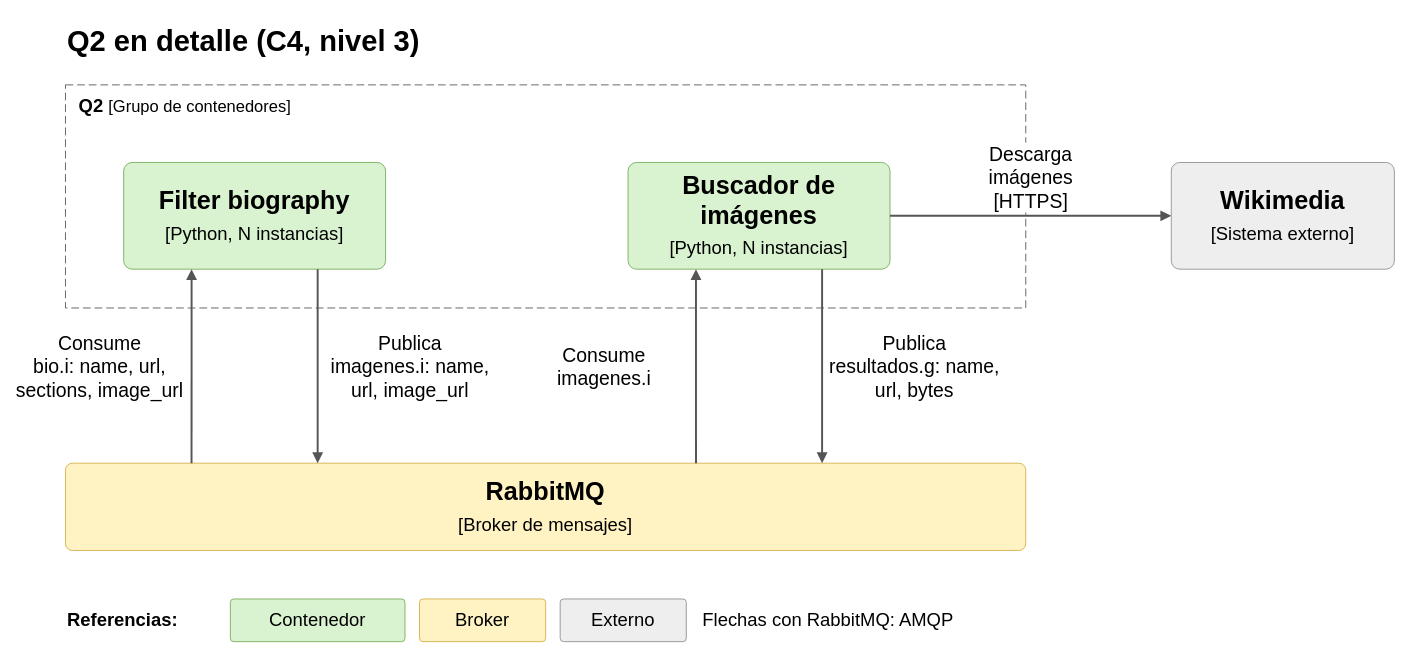
Earlier version of the draw.io diagram page "C4 - Q2" (3 of 5) of docs/c4.drawio (Cristobal710/tp-final-distribuidos). Source tidied: cells renumbered, new cells numbered last; positions are measured from the earlier drawing's top-left corner, leaving out a move shared by most shapes. Both pictures are drawn from the tidied source at 97%, with x=0, y=0 at pixel (65, 16).
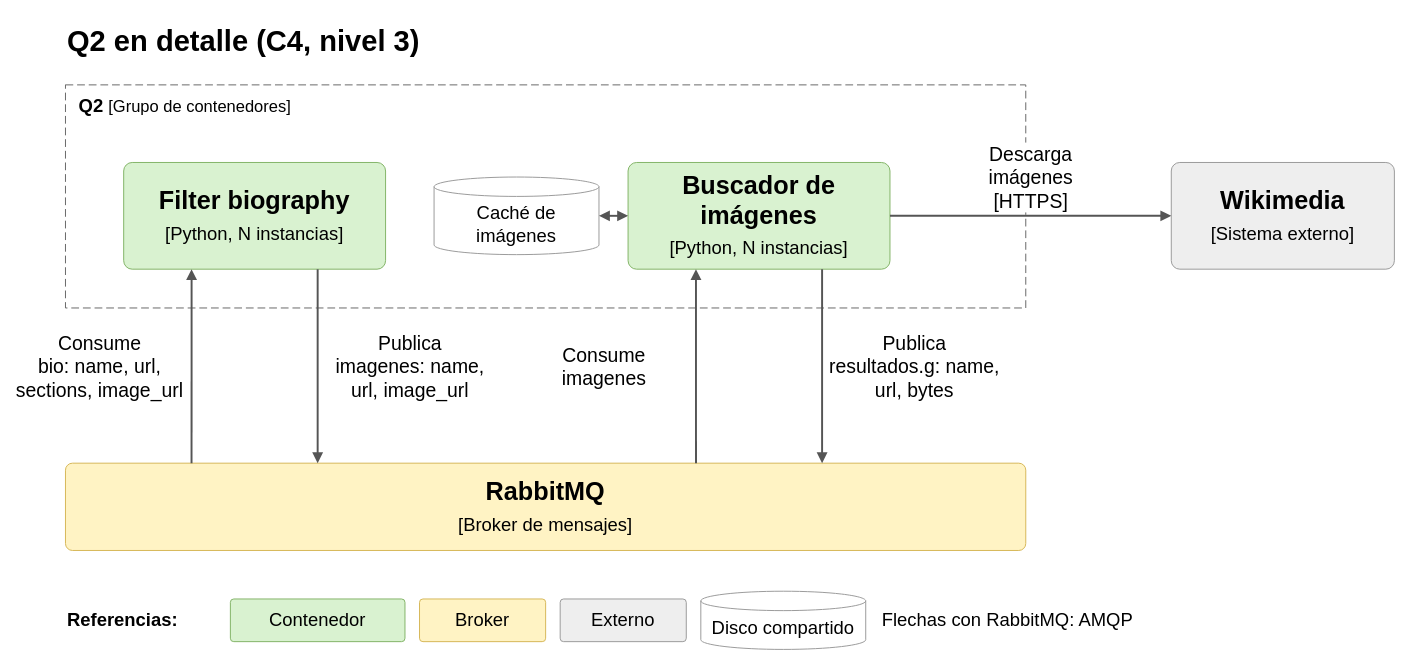
After the change.

Unchanged cells that the change refers to:
```xml
<mxCell id="4" value="&lt;b&gt;RabbitMQ&lt;/b&gt;&lt;br&gt;&lt;font style=&quot;font-size:19px&quot;&gt;[Broker de mensajes]&lt;/font&gt;" style="rounded=1;whiteSpace=wrap;html=1;arcSize=8;verticalAlign=middle;fontFamily=Calibri;fontSize=26;fillColor=#fff3c4;strokeColor=#d6b656;" parent="1" vertex="1">
  <mxGeometry y="460" width="990" height="90" as="geometry" />
</mxCell>
<mxCell id="5" value="&lt;b&gt;Filter biography&lt;/b&gt;&lt;br&gt;&lt;font style=&quot;font-size:19px&quot;&gt;[Python, N instancias]&lt;/font&gt;" style="rounded=1;whiteSpace=wrap;html=1;arcSize=8;verticalAlign=middle;fontFamily=Calibri;fontSize=26;fillColor=#d9f2d0;strokeColor=#82b366;" parent="1" vertex="1">
  <mxGeometry x="60" y="150" width="270" height="110" as="geometry" />
</mxCell>
<mxCell id="8" value="&lt;b&gt;Buscador de imágenes&lt;/b&gt;&lt;br&gt;&lt;font style=&quot;font-size:19px&quot;&gt;[Python, N instancias]&lt;/font&gt;" style="rounded=1;whiteSpace=wrap;html=1;arcSize=8;verticalAlign=middle;fontFamily=Calibri;fontSize=26;fillColor=#d9f2d0;strokeColor=#82b366;" parent="1" vertex="1">
  <mxGeometry x="580" y="150" width="270" height="110" as="geometry" />
</mxCell>
```

Change to the diagram source:
```diff
@@
-    <mxCell id="6" value="Consume&lt;br&gt;bio.i: name, url,&lt;br&gt;sections, image_url" style="endArrow=block;endFill=1;html=1;rounded=0;strokeColor=#555555;strokeWidth=2;labelBackgroundColor=#ffffff;fontFamily=Calibri;fontSize=20;exitX=0.1313;exitY=0;exitDx=0;exitDy=0;entryX=0.25925925925925924;entryY=1;entryDx=0;entryDy=0;" parent="1" edge="1" source="4" target="5">
+    <mxCell id="6" value="Consume&lt;br&gt;bio: name, url,&lt;br&gt;sections, image_url" style="endArrow=block;endFill=1;html=1;rounded=0;strokeColor=#555555;strokeWidth=2;labelBackgroundColor=#ffffff;fontFamily=Calibri;fontSize=20;exitX=0.1313;exitY=0;exitDx=0;exitDy=0;entryX=0.25925925925925924;entryY=1;entryDx=0;entryDy=0;" parent="1" edge="1" source="4" target="5">
       <mxGeometry relative="1" as="geometry">
         <mxPoint x="-95" as="offset" />
       </mxGeometry>
     </mxCell>
-    <mxCell id="7" value="Publica&lt;br&gt;imagenes.i: name,&lt;br&gt;url, image_url" style="endArrow=block;endFill=1;html=1;rounded=0;strokeColor=#555555;strokeWidth=2;labelBackgroundColor=#ffffff;fontFamily=Calibri;fontSize=20;exitX=0.7407407407407407;exitY=1;exitDx=0;exitDy=0;entryX=0.2626;entryY=0;entryDx=0;entryDy=0;" parent="1" edge="1" source="5" target="4">
+    <mxCell id="7" value="Publica&lt;br&gt;imagenes: name,&lt;br&gt;url, image_url" style="endArrow=block;endFill=1;html=1;rounded=0;strokeColor=#555555;strokeWidth=2;labelBackgroundColor=#ffffff;fontFamily=Calibri;fontSize=20;exitX=0.7407407407407407;exitY=1;exitDx=0;exitDy=0;entryX=0.2626;entryY=0;entryDx=0;entryDy=0;" parent="1" edge="1" source="5" target="4">
       <mxGeometry relative="1" as="geometry">
         <mxPoint x="95" as="offset" />
       </mxGeometry>
     </mxCell>
@@
-    <mxCell id="9" value="Consume&lt;br&gt;imagenes.i" style="endArrow=block;endFill=1;html=1;rounded=0;strokeColor=#555555;strokeWidth=2;labelBackgroundColor=#ffffff;fontFamily=Calibri;fontSize=20;exitX=0.6566;exitY=0;exitDx=0;exitDy=0;entryX=0.25925925925925924;entryY=1;entryDx=0;entryDy=0;" parent="1" edge="1" source="4" target="8">
+    <mxCell id="9" value="Consume&lt;br&gt;imagenes" style="endArrow=block;endFill=1;html=1;rounded=0;strokeColor=#555555;strokeWidth=2;labelBackgroundColor=#ffffff;fontFamily=Calibri;fontSize=20;exitX=0.6566;exitY=0;exitDx=0;exitDy=0;entryX=0.25925925925925924;entryY=1;entryDx=0;entryDy=0;" parent="1" edge="1" source="4" target="8">
       <mxGeometry relative="1" as="geometry">
         <mxPoint x="-95" as="offset" />
       </mxGeometry>
     </mxCell>
@@
     <mxCell id="17" value="Flechas con RabbitMQ: AMQP" style="text;html=1;align=left;verticalAlign=middle;fontFamily=Calibri;fontSize=19;" parent="1" vertex="1">
-      <mxGeometry x="655" y="600" width="330" height="44" as="geometry" />
+      <mxGeometry x="840" y="600" width="330" height="44" as="geometry" />
     </mxCell>
+    <mxCell id="18" value="Caché de imágenes" style="shape=cylinder3;whiteSpace=wrap;html=1;boundedLbl=1;size=10;fontFamily=Calibri;fontSize=19;fillColor=#ffffff;strokeColor=#999999;" parent="1" vertex="1">
+      <mxGeometry x="380" y="165" width="170" height="80" as="geometry" />
+    </mxCell>
+    <mxCell id="19" style="endArrow=block;endFill=1;html=1;rounded=0;strokeColor=#555555;strokeWidth=2;labelBackgroundColor=#ffffff;fontFamily=Calibri;fontSize=20;exitX=0;exitY=0.5;exitDx=0;exitDy=0;entryX=1;entryY=0.5;entryDx=0;entryDy=0;startArrow=block;startFill=1;" parent="1" edge="1" source="8" target="18">
+      <mxGeometry relative="1" as="geometry" />
+    </mxCell>
+    <mxCell id="20" value="Disco compartido" style="shape=cylinder3;whiteSpace=wrap;html=1;boundedLbl=1;size=10;fontFamily=Calibri;fontSize=19;fillColor=#ffffff;strokeColor=#999999;" parent="1" vertex="1">
+      <mxGeometry x="655" y="592" width="170" height="60" as="geometry" />
+    </mxCell>
```
